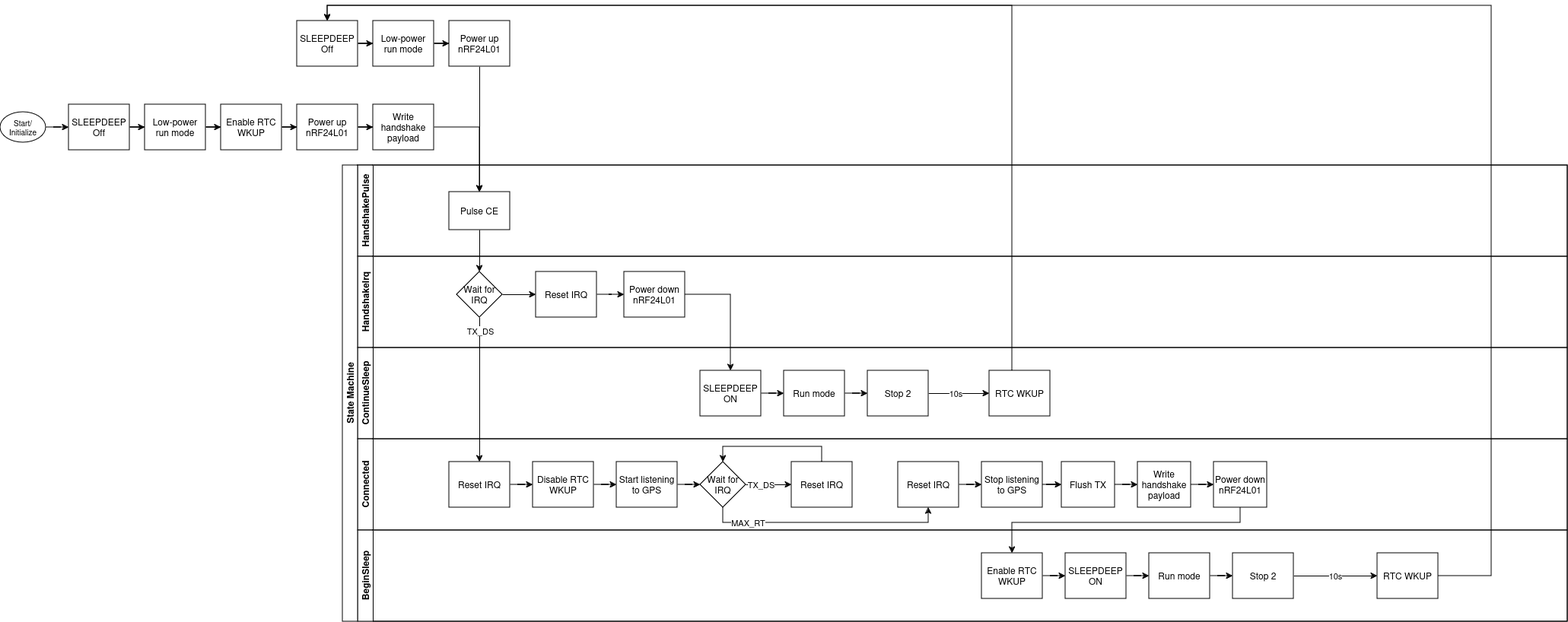
This is state_diagram.png from binotation/nrf24l01-tx, a draw.io export, as it was before one commit. Source tidied: cells renumbered, new cells last; positions are measured from the earlier drawing's top-left corner, leaving out a move shared by most shapes.
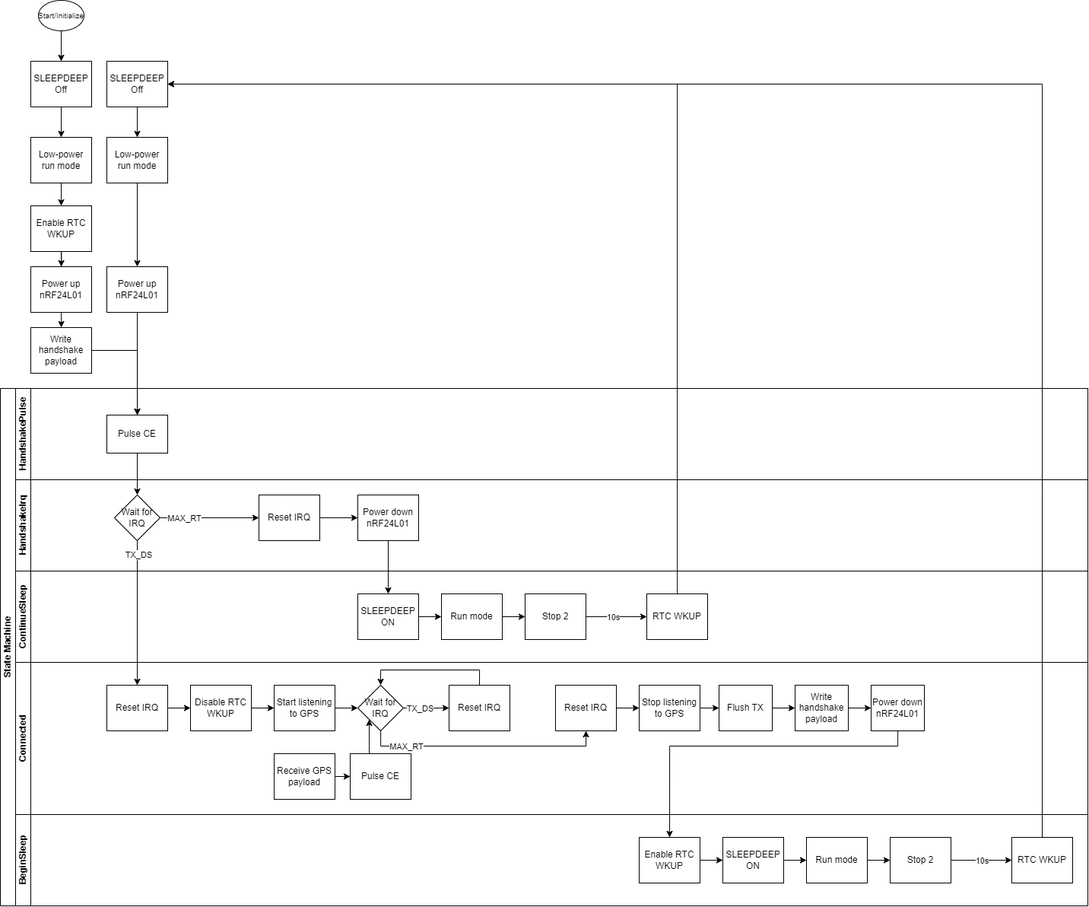
Later version of the same file.

Commit message:
Update state diagram

What changed in the source:
```diff
@@ -3,20 +3,23 @@
     <mxCell id="0" />
     <mxCell id="1" parent="0" />
     <mxCell id="2" value="State Machine" style="swimlane;html=1;horizontal=0;startSize=20;" parent="1" vertex="1">
-      <mxGeometry x="450" y="210" width="1610" height="600" as="geometry" />
+      <mxGeometry x="380" y="630" width="1430" height="680" as="geometry" />
     </mxCell>
     <mxCell id="3" value="HandshakePulse" style="swimlane;html=1;startSize=20;horizontal=0;" parent="2" vertex="1">
-      <mxGeometry x="20" width="1590" height="120" as="geometry" />
+      <mxGeometry x="20" width="1410" height="120" as="geometry" />
     </mxCell>
     <mxCell id="4" value="Pulse CE" style="whiteSpace=wrap;html=1;fontColor=#000000;rounded=0;" parent="3" vertex="1">
       <mxGeometry x="120" y="35" width="80" height="50" as="geometry" />
     </mxCell>
     <mxCell id="5" value="HandshakeIrq" style="swimlane;html=1;startSize=20;horizontal=0;" parent="2" vertex="1">
-      <mxGeometry x="20" y="120" width="1590" height="120" as="geometry" />
+      <mxGeometry x="20" y="120" width="1410" height="120" as="geometry" />
     </mxCell>
     <mxCell id="6" style="edgeStyle=orthogonalEdgeStyle;rounded=0;jettySize=auto;html=1;" parent="5" edge="1" source="7" target="9">
       <mxGeometry relative="1" as="geometry" />
     </mxCell>
+    <mxCell id="79" value="MAX_RT" style="edgeLabel;html=1;align=center;verticalAlign=middle;" parent="6" vertex="1">
+      <mxGeometry x="-0.51" relative="1" as="geometry" />
+    </mxCell>
     <mxCell id="7" value="Wait for IRQ" style="rhombus;whiteSpace=wrap;html=1;fontFamily=Helvetica;fontSize=12;fontColor=#000000;align=center;" parent="5" vertex="1">
       <mxGeometry x="130" y="20" width="60" height="60" as="geometry" />
     </mxCell>
@@ -24,13 +27,13 @@
       <mxGeometry relative="1" as="geometry" />
     </mxCell>
     <mxCell id="9" value="Reset IRQ" style="rounded=0;whiteSpace=wrap;html=1;fontFamily=Helvetica;fontSize=12;fontColor=#000000;align=center;" parent="5" vertex="1">
-      <mxGeometry x="234" y="20" width="80" height="60" as="geometry" />
+      <mxGeometry x="320" y="20" width="80" height="60" as="geometry" />
     </mxCell>
     <mxCell id="10" value="Power down nRF24L01" style="rounded=0;whiteSpace=wrap;html=1;fontFamily=Helvetica;fontSize=12;fontColor=#000000;align=center;" parent="5" vertex="1">
-      <mxGeometry x="350" y="20" width="80" height="60" as="geometry" />
+      <mxGeometry x="450" y="20" width="80" height="60" as="geometry" />
     </mxCell>
     <mxCell id="11" value="ContinueSleep" style="swimlane;html=1;startSize=20;horizontal=0;" parent="2" vertex="1">
-      <mxGeometry x="20" y="240" width="1590" height="120" as="geometry" />
+      <mxGeometry x="20" y="240" width="1410" height="120" as="geometry" />
     </mxCell>
     <mxCell id="12" style="edgeStyle=orthogonalEdgeStyle;rounded=0;jettySize=auto;html=1;" parent="11" edge="1" source="13" target="15">
       <mxGeometry relative="1" as="geometry" />
@@ -68,7 +71,7 @@
       <mxGeometry x="-0.81" y="1" relative="1" as="geometry" />
     </mxCell>
     <mxCell id="23" value="Connected" style="swimlane;html=1;startSize=20;horizontal=0;" parent="2" vertex="1">
-      <mxGeometry x="20" y="360" width="1590" height="120" as="geometry" />
+      <mxGeometry x="20" y="360" width="1410" height="200" as="geometry" />
     </mxCell>
     <mxCell id="24" style="edgeStyle=orthogonalEdgeStyle;rounded=0;jettySize=auto;html=1;" parent="23" edge="1" source="25" target="27">
       <mxGeometry relative="1" as="geometry" />
@@ -143,8 +146,25 @@
     <mxCell id="45" style="edgeStyle=orthogonalEdgeStyle;rounded=0;jettySize=auto;html=1;" parent="23" edge="1" source="42" target="41">
       <mxGeometry relative="1" as="geometry" />
     </mxCell>
+    <mxCell id="80" style="edgeStyle=orthogonalEdgeStyle;rounded=0;jettySize=auto;html=1;" parent="23" edge="1" source="81" target="83">
+      <mxGeometry relative="1" as="geometry" />
+    </mxCell>
+    <mxCell id="81" value="Receive GPS payload" style="rounded=0;whiteSpace=wrap;html=1;fontFamily=Helvetica;fontSize=12;fontColor=#000000;align=center;" parent="23" vertex="1">
+      <mxGeometry x="340" y="120" width="80" height="60" as="geometry" />
+    </mxCell>
+    <mxCell id="82" style="edgeStyle=orthogonalEdgeStyle;rounded=0;jettySize=auto;html=1;entryX=0;entryY=1;entryDx=0;entryDy=0;" parent="23" edge="1" source="83" target="30">
+      <mxGeometry relative="1" as="geometry">
+        <Array as="points">
+          <mxPoint x="465" y="110" />
+          <mxPoint x="465" y="110" />
+        </Array>
+      </mxGeometry>
+    </mxCell>
+    <mxCell id="83" value="Pulse CE" style="rounded=0;whiteSpace=wrap;html=1;fontFamily=Helvetica;fontSize=12;fontColor=#000000;align=center;" parent="23" vertex="1">
+      <mxGeometry x="440" y="120" width="80" height="60" as="geometry" />
+    </mxCell>
     <mxCell id="46" value="BeginSleep" style="swimlane;html=1;startSize=20;horizontal=0;" parent="2" vertex="1">
-      <mxGeometry x="20" y="480" width="1590" height="120" as="geometry" />
+      <mxGeometry x="20" y="560" width="1410" height="120" as="geometry" />
     </mxCell>
     <mxCell id="47" style="edgeStyle=orthogonalEdgeStyle;rounded=0;jettySize=auto;html=1;" parent="46" edge="1" source="48" target="50">
       <mxGeometry relative="1" as="geometry" />
@@ -174,7 +194,7 @@
       <mxGeometry x="1150" y="30" width="80" height="60" as="geometry" />
     </mxCell>
     <mxCell id="56" value="RTC WKUP" style="rounded=0;whiteSpace=wrap;html=1;fontFamily=Helvetica;fontSize=12;fontColor=#000000;align=center;" parent="46" vertex="1">
-      <mxGeometry x="1340" y="30" width="80" height="60" as="geometry" />
+      <mxGeometry x="1310" y="30" width="80" height="60" as="geometry" />
     </mxCell>
     <mxCell id="57" style="edgeStyle=orthogonalEdgeStyle;rounded=0;jettySize=auto;html=1;" parent="2" edge="1" source="10" target="13">
       <mxGeometry relative="1" as="geometry" />
@@ -191,71 +211,67 @@
       <mxGeometry relative="1" as="geometry" />
     </mxCell>
     <mxCell id="60" value="Write handshake payload" style="rounded=0;whiteSpace=wrap;html=1;fontFamily=Helvetica;fontSize=12;fontColor=#000000;align=center;" parent="1" vertex="1">
-      <mxGeometry x="490" y="130" width="80" height="60" as="geometry" />
+      <mxGeometry x="420" y="550" width="80" height="60" as="geometry" />
     </mxCell>
     <mxCell id="61" style="edgeStyle=orthogonalEdgeStyle;rounded=0;jettySize=auto;html=1;" parent="1" edge="1" source="62" target="70">
       <mxGeometry relative="1" as="geometry" />
     </mxCell>
     <mxCell id="62" value="Start/Initialize" style="ellipse;whiteSpace=wrap;html=1;fontSize=10;" parent="1" vertex="1">
-      <mxGeometry y="140" width="60" height="40" as="geometry" />
+      <mxGeometry x="430" y="120" width="60" height="40" as="geometry" />
     </mxCell>
     <mxCell id="63" style="edgeStyle=orthogonalEdgeStyle;rounded=0;jettySize=auto;html=1;" parent="1" edge="1" source="64" target="66">
       <mxGeometry relative="1" as="geometry" />
     </mxCell>
     <mxCell id="64" value="Enable RTC WKUP" style="rounded=0;whiteSpace=wrap;html=1;fontFamily=Helvetica;fontSize=12;fontColor=#000000;align=center;" parent="1" vertex="1">
-      <mxGeometry x="290" y="130" width="80" height="60" as="geometry" />
+      <mxGeometry x="420" y="390" width="80" height="60" as="geometry" />
     </mxCell>
-    <mxCell id="65" style="edgeStyle=orthogonalEdgeStyle;rounded=0;jettySize=auto;html=1;" parent="1" edge="1" source="66" target="60">
-      <mxGeometry relative="1" as="geometry" />
+    <mxCell id="65" style="edgeStyle=orthogonalEdgeStyle;rounded=0;jettySize=auto;html=1;" parent="1" edge="1" source="66">
+      <mxGeometry relative="1" as="geometry">
+        <mxPoint x="460" y="550" as="targetPoint" />
+      </mxGeometry>
     </mxCell>
-    <mxCell id="66" value="Power up nRF24L01" style="rounded=0;whiteSpace=wrap;html=1;fontFamily=Helvetica;fontSize=12;fontColor=#000000;align=center;" parent="1" vertex="1">
-      <mxGeometry x="390" y="130" width="80" height="60" as="geometry" />
-    </mxCell>
-    <mxCell id="67" style="edgeStyle=orthogonalEdgeStyle;rounded=0;jettySize=auto;html=1;" parent="1" edge="1" source="68" target="64">
+    <mxCell id="67" style="edgeStyle=orthogonalEdgeStyle;rounded=0;jettySize=auto;html=1;exitX=0.5;exitY=1;exitDx=0;exitDy=0;entryX=0.5;entryY=0;entryDx=0;entryDy=0;" parent="1" edge="1" source="68" target="64">
       <mxGeometry relative="1" as="geometry" />
     </mxCell>
     <mxCell id="68" value="Low-power run mode" style="rounded=0;whiteSpace=wrap;html=1;fontFamily=Helvetica;fontSize=12;fontColor=#000000;align=center;" parent="1" vertex="1">
-      <mxGeometry x="190" y="130" width="80" height="60" as="geometry" />
+      <mxGeometry x="420" y="300" width="80" height="60" as="geometry" />
     </mxCell>
     <mxCell id="69" style="edgeStyle=orthogonalEdgeStyle;rounded=0;jettySize=auto;html=1;" parent="1" edge="1" source="70" target="68">
       <mxGeometry relative="1" as="geometry" />
     </mxCell>
     <mxCell id="70" value="SLEEPDEEP Off" style="rounded=0;whiteSpace=wrap;html=1;fontFamily=Helvetica;fontSize=12;fontColor=#000000;align=center;" parent="1" vertex="1">
-      <mxGeometry x="90" y="130" width="80" height="60" as="geometry" />
+      <mxGeometry x="420" y="200" width="80" height="60" as="geometry" />
     </mxCell>
     <mxCell id="71" style="edgeStyle=orthogonalEdgeStyle;rounded=0;jettySize=auto;html=1;entryX=0.5;entryY=0;entryDx=0;entryDy=0;" parent="1" edge="1" source="72" target="4">
       <mxGeometry relative="1" as="geometry" />
     </mxCell>
     <mxCell id="72" value="Power up nRF24L01" style="rounded=0;whiteSpace=wrap;html=1;fontFamily=Helvetica;fontSize=12;fontColor=#000000;align=center;" parent="1" vertex="1">
-      <mxGeometry x="590" y="20" width="80" height="60" as="geometry" />
+      <mxGeometry x="520" y="470" width="80" height="60" as="geometry" />
     </mxCell>
     <mxCell id="73" style="edgeStyle=orthogonalEdgeStyle;rounded=0;jettySize=auto;html=1;" parent="1" edge="1" source="74" target="72">
       <mxGeometry relative="1" as="geometry" />
     </mxCell>
     <mxCell id="74" value="Low-power run mode" style="rounded=0;whiteSpace=wrap;html=1;fontFamily=Helvetica;fontSize=12;fontColor=#000000;align=center;" parent="1" vertex="1">
-      <mxGeometry x="490" y="20" width="80" height="60" as="geometry" />
+      <mxGeometry x="520" y="300" width="80" height="60" as="geometry" />
     </mxCell>
     <mxCell id="75" style="edgeStyle=orthogonalEdgeStyle;rounded=0;jettySize=auto;html=1;" parent="1" edge="1" source="76" target="74">
       <mxGeometry relative="1" as="geometry" />
     </mxCell>
     <mxCell id="76" value="SLEEPDEEP Off" style="rounded=0;whiteSpace=wrap;html=1;fontFamily=Helvetica;fontSize=12;fontColor=#000000;align=center;" parent="1" vertex="1">
-      <mxGeometry x="390" y="20" width="80" height="60" as="geometry" />
+      <mxGeometry x="520" y="200" width="80" height="60" as="geometry" />
     </mxCell>
-    <mxCell id="77" style="edgeStyle=orthogonalEdgeStyle;rounded=0;jettySize=auto;html=1;entryX=0.5;entryY=0;entryDx=0;entryDy=0;" parent="1" edge="1" source="19" target="76">
+    <mxCell id="77" style="edgeStyle=orthogonalEdgeStyle;rounded=0;jettySize=auto;html=1;entryX=1;entryY=0.5;entryDx=0;entryDy=0;" parent="1" edge="1" source="19" target="76">
       <mxGeometry relative="1" as="geometry">
         <Array as="points">
-          <mxPoint x="1330" />
-          <mxPoint x="430" />
+          <mxPoint x="1270" y="230" />
         </Array>
       </mxGeometry>
     </mxCell>
-    <mxCell id="78" style="edgeStyle=orthogonalEdgeStyle;rounded=0;jettySize=auto;html=1;entryX=0.5;entryY=0;entryDx=0;entryDy=0;" parent="1" edge="1" source="56" target="76">
-      <mxGeometry relative="1" as="geometry">
-        <Array as="points">
-          <mxPoint x="1960" />
-          <mxPoint x="430" />
-        </Array>
-      </mxGeometry>
+    <mxCell id="78" style="edgeStyle=orthogonalEdgeStyle;rounded=0;jettySize=auto;html=1;exitX=0.5;exitY=0;exitDx=0;exitDy=0;entryX=1;entryY=0.5;entryDx=0;entryDy=0;" parent="1" edge="1" source="56" target="76">
+      <mxGeometry relative="1" as="geometry" />
     </mxCell>
+    <mxCell id="66" value="Power up nRF24L01" style="rounded=0;whiteSpace=wrap;html=1;fontFamily=Helvetica;fontSize=12;fontColor=#000000;align=center;" parent="1" vertex="1">
+      <mxGeometry x="420" y="470" width="80" height="60" as="geometry" />
+    </mxCell>
   </root>
 </mxGraphModel>
```
